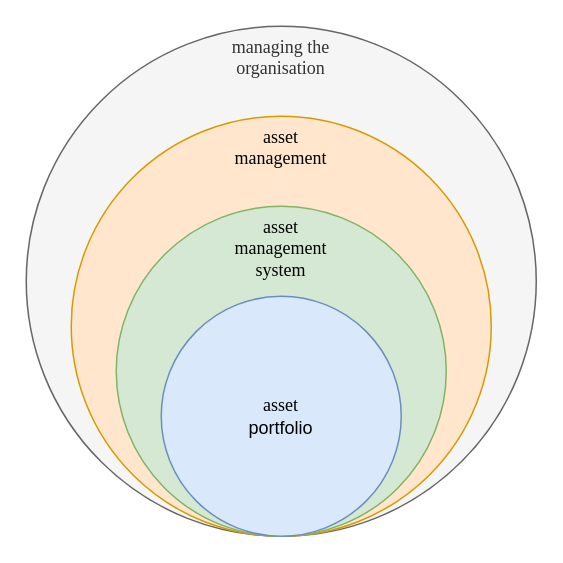
Before: thesis/007-am-concepts.drawio in timoruohomaki/LUT-DAP, a draw.io diagram. Source tidied: cells renumbered, new cells numbered last; positions are measured from the earlier drawing's top-left corner, leaving out a move shared by most shapes. Both pictures are drawn from the tidied source at 150%, with x=0, y=0 at pixel (26, 26).
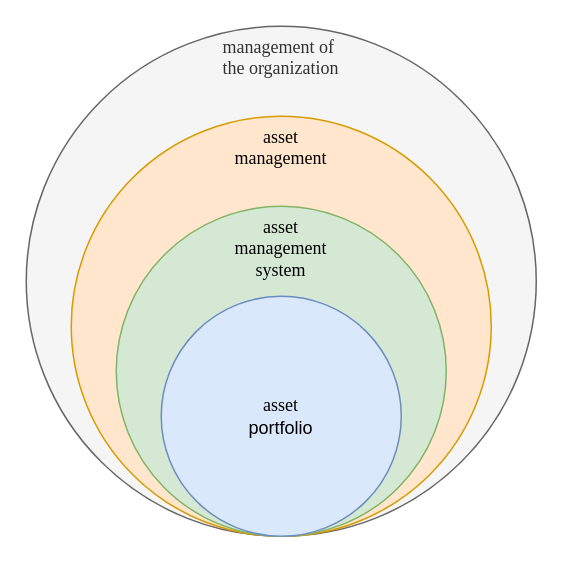
After the change.

The edit, as a diff of the source:
```diff
@@
 <mxGraphModel>
   <root>
     <mxCell id="0" />
     <mxCell id="1" parent="0" />
-    <mxCell id="2" value="managing the&lt;div&gt;organisation&lt;/div&gt;" style="ellipse;whiteSpace=wrap;html=1;fillColor=#f5f5f5;strokeColor=#666666;verticalAlign=top;fontColor=#333333;fontFamily=Times New Roman;" parent="1" vertex="1">
+    <mxCell id="2" value="management of&amp;nbsp;&lt;div&gt;the organization&lt;/div&gt;" style="ellipse;whiteSpace=wrap;html=1;fillColor=#f5f5f5;strokeColor=#666666;verticalAlign=top;fontColor=#333333;fontFamily=Times New Roman;" parent="1" vertex="1">
       <mxGeometry width="340" height="340" as="geometry" />
     </mxCell>
     <mxCell id="3" value="asset&lt;div&gt;management&lt;/div&gt;" style="ellipse;whiteSpace=wrap;html=1;fillColor=#ffe6cc;strokeColor=#d79b00;verticalAlign=top;fontFamily=Times New Roman;" parent="1" vertex="1">
       <mxGeometry x="30" y="60" width="280" height="280" as="geometry" />
     </mxCell>
     <mxCell id="4" value="asset&lt;div&gt;management&lt;/div&gt;&lt;div&gt;system&lt;/div&gt;" style="ellipse;whiteSpace=wrap;html=1;fillColor=#d5e8d4;strokeColor=#82b366;verticalAlign=top;fontFamily=Times New Roman;" parent="1" vertex="1">
       <mxGeometry x="60" y="120" width="220" height="220" as="geometry" />
     </mxCell>
     <mxCell id="5" value="&lt;font face=&quot;Times New Roman&quot;&gt;asset&lt;/font&gt;&lt;div&gt;&lt;font face=&quot;nABGj0ykk4Qzw1i4QC9N&quot;&gt;portfolio&lt;/font&gt;&lt;/div&gt;" style="ellipse;whiteSpace=wrap;html=1;fillColor=#dae8fc;strokeColor=#6c8ebf;fontFamily=Times New Roman;" parent="1" vertex="1">
       <mxGeometry x="90" y="180" width="160" height="160" as="geometry" />
     </mxCell>
   </root>
 </mxGraphModel>
```
